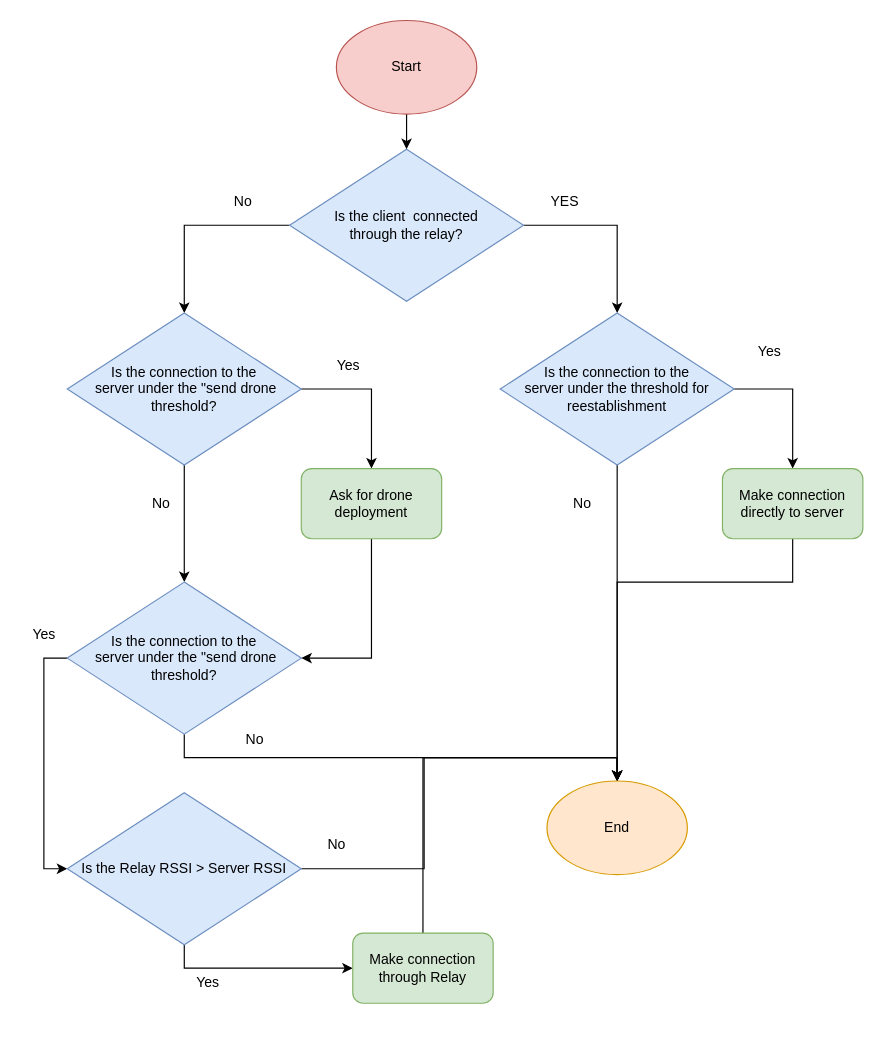
Above: Unavngivet diagram.drawio in HLLissau/Bachelor-tsch (draw.io), before the change. Source tidied: cells renumbered, new cells numbered last; positions are measured from the earlier drawing's top-left corner, leaving out a move shared by most shapes. Both pictures are drawn from the tidied source at 117%, with x=0, y=0 at pixel (20, 20).
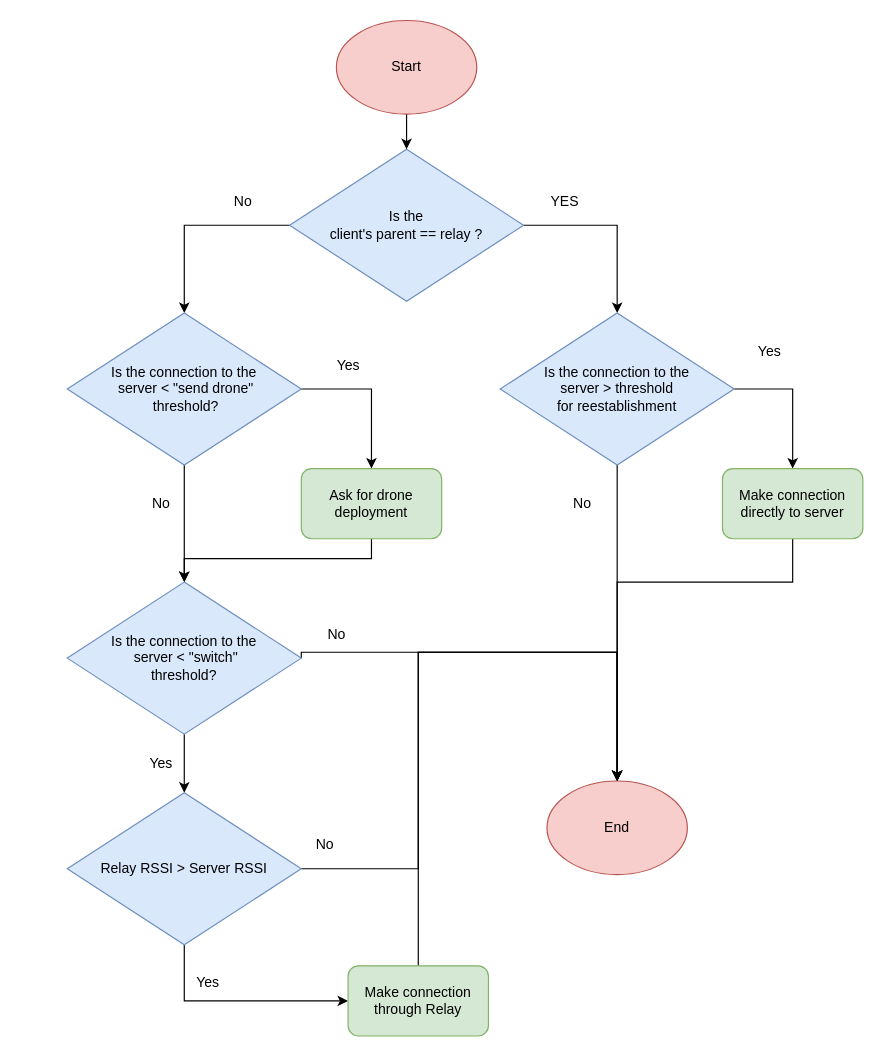
After the change.

Unchanged cells that the change refers to:
```xml
<mxCell id="19" value="Ask for drone deployment" style="rounded=1;whiteSpace=wrap;html=1;fillColor=#d5e8d4;strokeColor=#82b366;" parent="1" vertex="1">
  <mxGeometry x="240" y="383" width="120" height="60" as="geometry" />
</mxCell>
```

Change to the diagram source:
```diff
@@
-    <mxCell id="4" value="&lt;div&gt;Is the client&amp;nbsp; connected &lt;br&gt;&lt;/div&gt;&lt;div&gt;through the relay?&lt;/div&gt;" style="rhombus;whiteSpace=wrap;html=1;fillColor=#dae8fc;strokeColor=#6c8ebf;" parent="1" vertex="1">
+    <mxCell id="4" value="&lt;div&gt;Is the &lt;br&gt;&lt;/div&gt;&lt;div&gt;client's parent == relay ?&lt;/div&gt;" style="rhombus;whiteSpace=wrap;html=1;fillColor=#dae8fc;strokeColor=#6c8ebf;" parent="1" vertex="1">
       <mxGeometry x="230" y="110" width="200" height="130" as="geometry" />
     </mxCell>
@@
-    <mxCell id="7" value="&lt;div&gt;Is the connection to the &lt;br&gt;&lt;/div&gt;&lt;div&gt;server under the threshold for reestablishment&lt;br&gt;&lt;/div&gt;" style="rhombus;whiteSpace=wrap;html=1;fillColor=#dae8fc;strokeColor=#6c8ebf;" parent="1" vertex="1">
+    <mxCell id="7" value="&lt;div&gt;Is the connection to the &lt;br&gt;&lt;/div&gt;&lt;div&gt;server &amp;gt; threshold &lt;br&gt;&lt;/div&gt;&lt;div&gt;for reestablishment&lt;br&gt;&lt;/div&gt;" style="rhombus;whiteSpace=wrap;html=1;fillColor=#dae8fc;strokeColor=#6c8ebf;" parent="1" vertex="1">
       <mxGeometry x="410" y="250" width="200" height="130" as="geometry" />
     </mxCell>
@@
-    <mxCell id="11" value="&lt;div&gt;Is the connection to the&lt;/div&gt;&lt;div&gt;&amp;nbsp;server under the &quot;send drone threshold?&lt;br&gt;&lt;/div&gt;" style="rhombus;whiteSpace=wrap;html=1;fillColor=#dae8fc;strokeColor=#6c8ebf;" parent="1" vertex="1">
+    <mxCell id="11" value="&lt;div&gt;Is the connection to the&lt;/div&gt;&lt;div&gt;&amp;nbsp;server &amp;lt; &quot;send drone&quot;&lt;/div&gt;&lt;div&gt;&amp;nbsp;threshold?&lt;br&gt;&lt;/div&gt;" style="rhombus;whiteSpace=wrap;html=1;fillColor=#dae8fc;strokeColor=#6c8ebf;" parent="1" vertex="1">
       <mxGeometry x="40" y="250" width="200" height="130" as="geometry" />
     </mxCell>
@@
-    <mxCell id="13" style="edgeStyle=orthogonalEdgeStyle;rounded=0;jettySize=auto;html=1;entryX=0;entryY=0.5;entryDx=0;entryDy=0;exitX=0;exitY=0.5;exitDx=0;exitDy=0;" parent="1" edge="1" source="15" target="27">
+    <mxCell id="13" style="edgeStyle=orthogonalEdgeStyle;rounded=0;jettySize=auto;html=1;entryX=0.5;entryY=0;entryDx=0;entryDy=0;exitX=0.5;exitY=1;exitDx=0;exitDy=0;" parent="1" edge="1" source="15" target="27">
       <mxGeometry relative="1" as="geometry" />
     </mxCell>
-    <mxCell id="14" style="edgeStyle=orthogonalEdgeStyle;rounded=0;jettySize=auto;html=1;entryX=0.5;entryY=0;entryDx=0;entryDy=0;exitX=0.5;exitY=1;exitDx=0;exitDy=0;" parent="1" edge="1" source="15" target="29">
-      <mxGeometry relative="1" as="geometry" />
-    </mxCell>
+    <mxCell id="36" style="edgeStyle=orthogonalEdgeStyle;rounded=0;jettySize=auto;html=1;exitX=1;exitY=0.5;exitDx=0;exitDy=0;" parent="1" edge="1" source="15">
+      <mxGeometry relative="1" as="geometry">
+        <mxPoint x="510" y="650" as="targetPoint" />
+        <Array as="points">
+          <mxPoint x="240" y="540" />
+          <mxPoint x="510" y="540" />
+        </Array>
+      </mxGeometry>
+    </mxCell>
-    <mxCell id="15" value="&lt;div&gt;Is the connection to the&lt;/div&gt;&lt;div&gt;&amp;nbsp;server under the &quot;send drone threshold?&lt;br&gt;&lt;/div&gt;" style="rhombus;whiteSpace=wrap;html=1;fillColor=#dae8fc;strokeColor=#6c8ebf;" parent="1" vertex="1">
+    <mxCell id="15" value="Is the connection to the&lt;div&gt;&amp;nbsp;server &amp;lt; &quot;switch&quot; &lt;br&gt;&lt;/div&gt;&lt;div&gt;threshold?&lt;br&gt;&lt;/div&gt;" style="rhombus;whiteSpace=wrap;html=1;fillColor=#dae8fc;strokeColor=#6c8ebf;" parent="1" vertex="1">
       <mxGeometry x="40" y="480" width="200" height="130" as="geometry" />
     </mxCell>
@@
-    <mxCell id="17" style="edgeStyle=orthogonalEdgeStyle;rounded=0;jettySize=auto;html=1;entryX=1;entryY=0.5;entryDx=0;entryDy=0;exitX=0.5;exitY=1;exitDx=0;exitDy=0;" parent="1" edge="1" source="19" target="15">
-      <mxGeometry relative="1" as="geometry" />
+    <mxCell id="17" style="edgeStyle=orthogonalEdgeStyle;rounded=0;jettySize=auto;html=1;entryX=0.5;entryY=0;entryDx=0;entryDy=0;exitX=0.5;exitY=1;exitDx=0;exitDy=0;" parent="1" edge="1" source="19" target="15">
+      <mxGeometry relative="1" as="geometry">
+        <Array as="points">
+          <mxPoint x="300" y="460" />
+          <mxPoint x="140" y="460" />
+        </Array>
+      </mxGeometry>
     </mxCell>
@@
+    <mxCell id="26" style="edgeStyle=orthogonalEdgeStyle;rounded=0;jettySize=auto;html=1;entryX=0;entryY=0.5;entryDx=0;entryDy=0;exitX=0.5;exitY=1;exitDx=0;exitDy=0;" parent="1" edge="1" source="27" target="32">
+      <mxGeometry relative="1" as="geometry" />
+    </mxCell>
     <mxCell id="25" style="edgeStyle=orthogonalEdgeStyle;rounded=0;jettySize=auto;html=1;exitX=1;exitY=0.5;exitDx=0;exitDy=0;entryX=0.5;entryY=0;entryDx=0;entryDy=0;" parent="1" edge="1" source="27" target="29">
-      <mxGeometry relative="1" as="geometry" />
+      <mxGeometry relative="1" as="geometry">
+        <Array as="points">
+          <mxPoint x="340" y="725" />
+          <mxPoint x="340" y="540" />
+          <mxPoint x="510" y="540" />
+        </Array>
+      </mxGeometry>
     </mxCell>
-    <mxCell id="26" style="edgeStyle=orthogonalEdgeStyle;rounded=0;jettySize=auto;html=1;entryX=0;entryY=0.5;entryDx=0;entryDy=0;exitX=0.5;exitY=1;exitDx=0;exitDy=0;" parent="1" edge="1" source="27" target="32">
-      <mxGeometry relative="1" as="geometry" />
-    </mxCell>
-    <mxCell id="27" value="Is the Relay RSSI &amp;gt; Server RSSI " style="rhombus;whiteSpace=wrap;html=1;fillColor=#dae8fc;strokeColor=#6c8ebf;" parent="1" vertex="1">
+    <mxCell id="27" value="&lt;div&gt;Relay RSSI &amp;gt; Server RSSI &lt;/div&gt;" style="rhombus;whiteSpace=wrap;html=1;fillColor=#dae8fc;strokeColor=#6c8ebf;" parent="1" vertex="1">
       <mxGeometry x="40" y="660" width="200" height="130" as="geometry" />
     </mxCell>
     <mxCell id="28" value="Yes" style="text;html=1;align=center;verticalAlign=middle;strokeColor=none;fillColor=none;" parent="1" vertex="1">
-      <mxGeometry y="510" width="40" height="30" as="geometry" />
+      <mxGeometry x="100" y="620" width="40" height="30" as="geometry" />
     </mxCell>
-    <mxCell id="29" value="End" style="ellipse;whiteSpace=wrap;html=1;fillColor=#ffe6cc;strokeColor=#d79b00;" parent="1" vertex="1">
+    <mxCell id="29" value="End" style="ellipse;whiteSpace=wrap;html=1;fillColor=#f8cecc;strokeColor=#b85450;" parent="1" vertex="1">
       <mxGeometry x="450" y="650" width="120" height="80" as="geometry" />
     </mxCell>
@@
-    <mxCell id="31" style="edgeStyle=orthogonalEdgeStyle;rounded=0;jettySize=auto;html=1;entryX=0.5;entryY=0;entryDx=0;entryDy=0;" parent="1" edge="1" source="32" target="29">
+    <mxCell id="31" style="edgeStyle=orthogonalEdgeStyle;rounded=0;jettySize=auto;html=1;entryX=0.5;entryY=0;entryDx=0;entryDy=0;exitX=0.5;exitY=0;exitDx=0;exitDy=0;anchorPointDirection=1;jumpSize=6;" parent="1" edge="1" source="32" target="29">
       <mxGeometry relative="1" as="geometry">
         <Array as="points">
-          <mxPoint x="344" y="630" />
-          <mxPoint x="510" y="630" />
+          <mxPoint x="340" y="540" />
+          <mxPoint x="510" y="540" />
         </Array>
       </mxGeometry>
     </mxCell>
     <mxCell id="32" value="Make connection through Relay" style="rounded=1;whiteSpace=wrap;html=1;fillColor=#d5e8d4;strokeColor=#82b366;" parent="1" vertex="1">
-      <mxGeometry x="284" y="780" width="120" height="60" as="geometry" />
+      <mxGeometry x="280" y="808" width="120" height="60" as="geometry" />
     </mxCell>
-    <mxCell id="33" value="No" style="text;html=1;align=center;verticalAlign=middle;strokeColor=none;fillColor=none;" parent="1" vertex="1">
-      <mxGeometry x="250" y="690" width="40" height="30" as="geometry" />
-    </mxCell>
@@
     <mxCell id="35" value="No" style="text;html=1;align=center;verticalAlign=middle;strokeColor=none;fillColor=none;" parent="1" vertex="1">
-      <mxGeometry x="180" y="600" width="40" height="30" as="geometry" />
+      <mxGeometry x="250" y="510" width="40" height="30" as="geometry" />
     </mxCell>
+    <mxCell id="33" value="No" style="text;html=1;align=center;verticalAlign=middle;strokeColor=none;fillColor=none;" parent="1" vertex="1">
+      <mxGeometry x="240" y="690" width="40" height="30" as="geometry" />
+    </mxCell>
```
